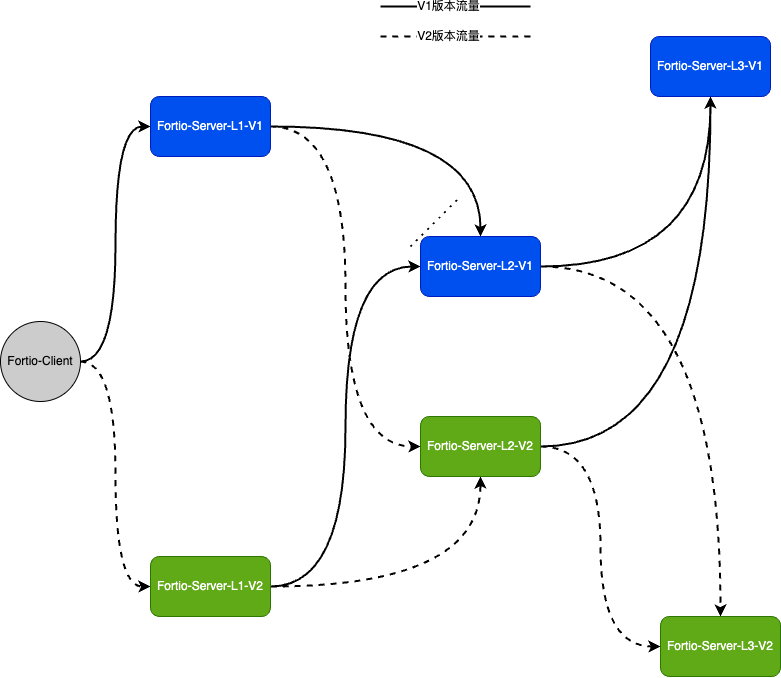
The draw.io diagram diagrams/Istio-Fortio-Benchmarking.drawio.png in kbsonlong/notes_statics, before a commit. Source tidied: cells renumbered, new cells last; positions are measured from the earlier drawing's top-left corner, leaving out a move shared by most shapes.
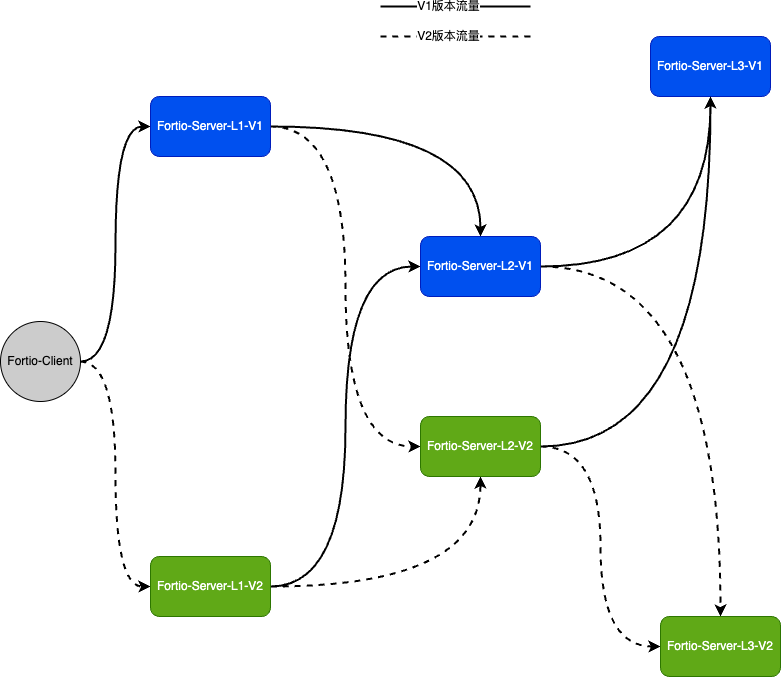
Later version of the same file.

Diff of the diagram source:
```diff
@@ -53,12 +53,6 @@
     <mxCell id="18" value="Fortio-Server-L2-V2" style="rounded=1;whiteSpace=wrap;html=1;fillColor=#60a917;fontColor=#ffffff;strokeColor=#2D7600;" parent="1" vertex="1">
       <mxGeometry x="420" y="410" width="120" height="60" as="geometry" />
     </mxCell>
-    <mxCell id="19" style="endArrow=none;dashed=1;html=1;dashPattern=1 3;strokeWidth=2;rounded=0;curved=1;elbow=vertical;" parent="1" edge="1">
-      <mxGeometry relative="1" as="geometry">
-        <mxPoint x="410" y="240" as="sourcePoint" />
-        <mxPoint x="460" y="190" as="targetPoint" />
-      </mxGeometry>
-    </mxCell>
     <mxCell id="20" style="endArrow=none;html=1;rounded=0;dashed=1;strokeColor=#000000;strokeWidth=2;curved=1;elbow=vertical;" parent="1" edge="1">
       <mxGeometry relative="1" as="geometry">
         <mxPoint x="380" y="30" as="sourcePoint" />
```
